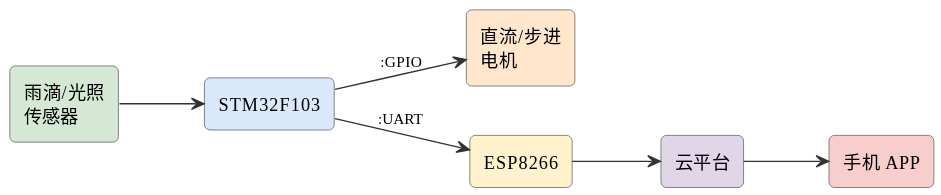
mingyi0818/IntelligentMcuCourse keeps this PlantUML diagram as assets/diagrams/ideas-fig3.svg. Above is the earlier version.
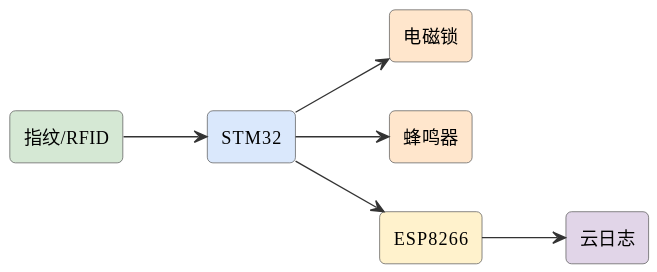
Later version of the same file.

Diff of the diagram source:
```diff
@@ -6,15 +6,15 @@
 skinparam arrowFontSize 11
 skinparam arrowColor #333
 left to right direction
-rectangle "雨滴/光照\n传感器" as rain #d5e8d4
-rectangle "STM32F103" as stm #dae8fc
-rectangle "直流/步进\n电机" as motor #ffe6cc
+rectangle "指纹/RFID" as fp #d5e8d4
+rectangle "STM32" as stm #dae8fc
+rectangle "电磁锁" as lock #ffe6cc
+rectangle "蜂鸣器" as buzz #ffe6cc
 rectangle "ESP8266" as esp #fff2cc
-rectangle "云平台" as cloud #e1d5e8
-rectangle "手机 APP" as app #f8cecc
-rain --> stm
-stm --> motor : :GPIO
-stm --> esp : :UART
+rectangle "云日志" as cloud #e1d5e8
+fp --> stm
+stm --> lock
+stm --> buzz
+stm --> esp
 esp --> cloud
-cloud --> app
 @enduml
```
